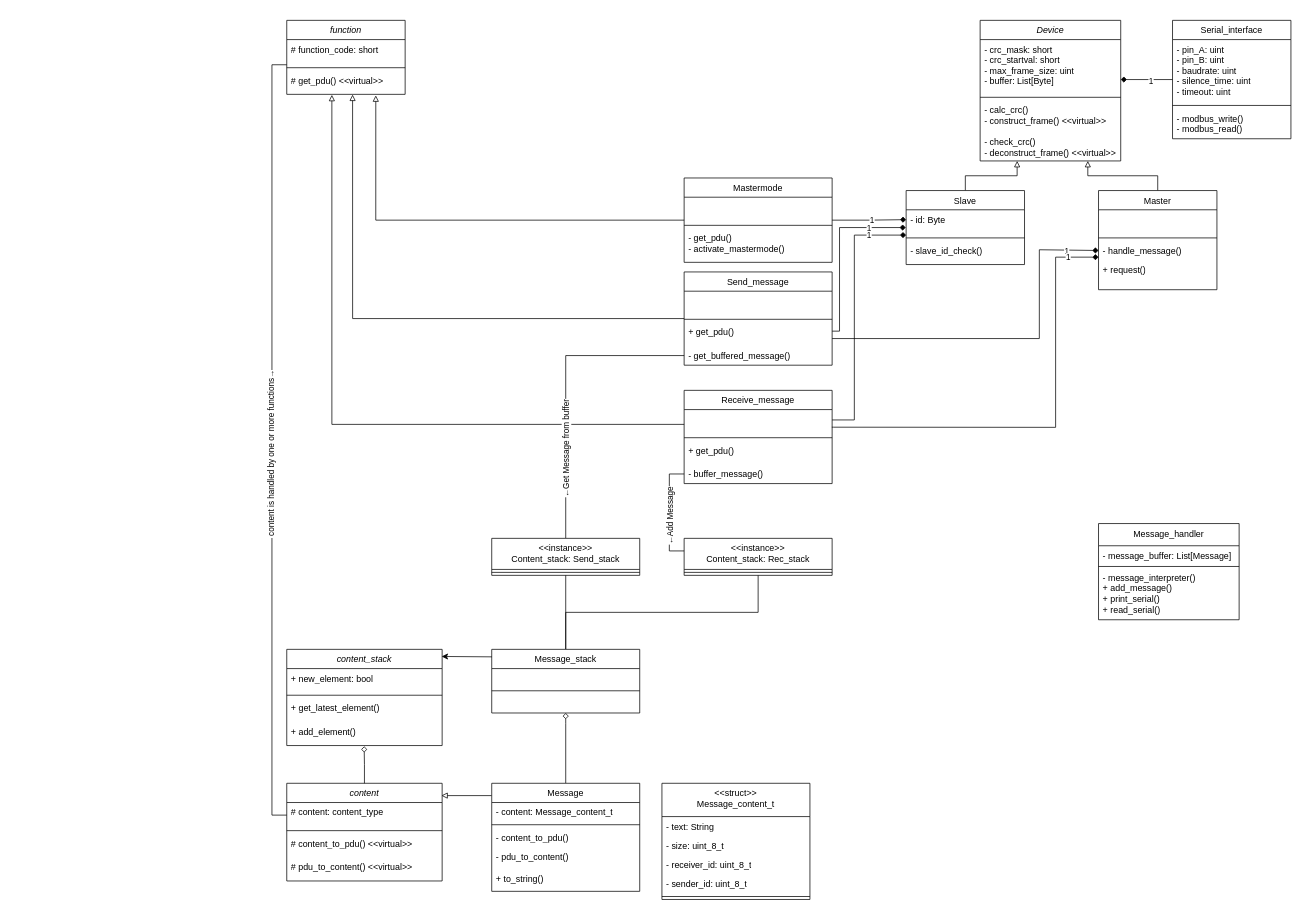
Earlier version of the draw.io diagram modbus_classdiagram.drawio (F-L-X-S/BusBricks). Source tidied: cells renumbered, new cells numbered last; positions are measured from the earlier drawing's top-left corner, leaving out a move shared by most shapes. Both pictures are drawn from the tidied source at 74%, with x=0, y=0 at pixel (272, 20).
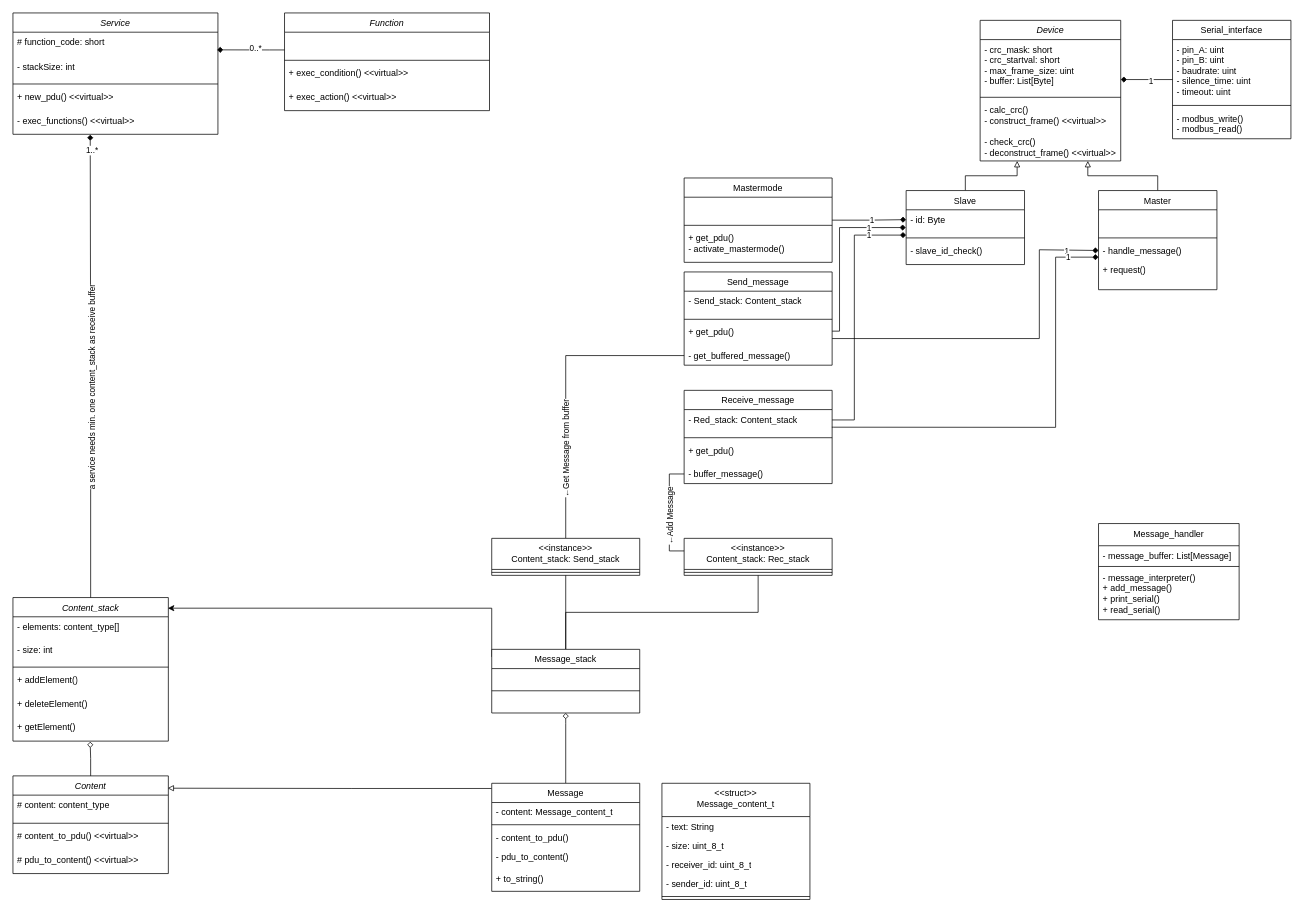
The same page after the edit.

Unchanged cells that the change refers to:
```xml
<mxCell id="32" value="&lt;span style=&quot;font-weight: normal;&quot;&gt;Send_message&lt;/span&gt;" style="swimlane;fontStyle=1;align=center;verticalAlign=top;horizontal=1;startSize=26;whiteSpace=wrap;html=1;" parent="1" vertex="1">
  <mxGeometry x="557" y="340" width="200" height="126" as="geometry" />
</mxCell>
<mxCell id="38" value="&lt;span style=&quot;font-weight: 400;&quot;&gt;Mastermode&lt;/span&gt;" style="swimlane;fontStyle=1;align=center;verticalAlign=top;horizontal=1;startSize=26;whiteSpace=wrap;html=1;" parent="1" vertex="1">
  <mxGeometry x="557" y="213" width="200" height="114" as="geometry" />
</mxCell>
<mxCell id="42" value="&lt;span style=&quot;font-weight: normal;&quot;&gt;Receive_message&lt;/span&gt;" style="swimlane;fontStyle=1;align=center;verticalAlign=top;horizontal=1;startSize=26;whiteSpace=wrap;html=1;" parent="1" vertex="1">
  <mxGeometry x="557" y="500" width="200" height="126" as="geometry" />
</mxCell>
<mxCell id="56" value="&lt;span style=&quot;font-weight: 400;&quot;&gt;Message&lt;/span&gt;" style="swimlane;fontStyle=1;align=center;verticalAlign=top;horizontal=1;startSize=26;whiteSpace=wrap;html=1;" parent="1" vertex="1">
  <mxGeometry x="297" y="1031" width="200" height="146" as="geometry" />
</mxCell>
<mxCell id="69" value="# content: content_type" style="text;strokeColor=none;fillColor=none;align=left;verticalAlign=top;spacingLeft=4;spacingRight=4;overflow=hidden;points=[[0,0.5],[1,0.5]];portConstraint=eastwest;whiteSpace=wrap;html=1;" parent="68" vertex="1">
  <mxGeometry y="26" width="210" height="34" as="geometry" />
</mxCell>
<mxCell id="96" value="&lt;span style=&quot;font-weight: 400;&quot;&gt;Message_stack&lt;/span&gt;" style="swimlane;fontStyle=1;align=center;verticalAlign=top;horizontal=1;startSize=26;whiteSpace=wrap;html=1;" parent="1" vertex="1">
  <mxGeometry x="297" y="850" width="200" height="86" as="geometry" />
</mxCell>
```

The edit, as a diff of the source:
```diff
@@
-    <mxCell id="23" value="&lt;i style=&quot;font-weight: normal;&quot;&gt;function&lt;/i&gt;" style="swimlane;fontStyle=1;align=center;verticalAlign=top;horizontal=1;startSize=26;whiteSpace=wrap;html=1;" parent="1" vertex="1">
-      <mxGeometry x="20" width="160" height="100" as="geometry" />
+    <mxCell id="23" value="&lt;i style=&quot;font-weight: normal;&quot;&gt;Service&lt;/i&gt;" style="swimlane;fontStyle=1;align=center;verticalAlign=top;horizontal=1;startSize=26;whiteSpace=wrap;html=1;" parent="1" vertex="1">
+      <mxGeometry x="-350" y="-10" width="277" height="164" as="geometry" />
     </mxCell>
     <mxCell id="24" value="# function_code: short&amp;nbsp;" style="text;strokeColor=none;fillColor=none;align=left;verticalAlign=top;spacingLeft=4;spacingRight=4;overflow=hidden;points=[[0,0.5],[1,0.5]];portConstraint=eastwest;whiteSpace=wrap;html=1;" parent="23" vertex="1">
-      <mxGeometry y="26" width="160" height="34" as="geometry" />
+      <mxGeometry y="26" width="277" height="34" as="geometry" />
     </mxCell>
+    <mxCell id="100" value="- stackSize: int&amp;nbsp;" style="text;strokeColor=none;fillColor=none;align=left;verticalAlign=top;spacingLeft=4;spacingRight=4;overflow=hidden;whiteSpace=wrap;html=1;" parent="23" vertex="1">
+      <mxGeometry y="60" width="277" height="32" as="geometry" />
+    </mxCell>
     <mxCell id="25" style="line;strokeWidth=1;fillColor=none;align=left;verticalAlign=middle;spacingTop=-1;spacingLeft=3;spacingRight=3;labelPosition=right;strokeColor=inherit;" parent="23" vertex="1">
-      <mxGeometry y="60" width="160" height="8" as="geometry" />
+      <mxGeometry y="92" width="277" height="8" as="geometry" />
     </mxCell>
-    <mxCell id="26" value="# get_pdu() &amp;lt;&amp;lt;virtual&amp;gt;&amp;gt;" style="text;strokeColor=none;fillColor=none;align=left;verticalAlign=top;spacingLeft=4;spacingRight=4;overflow=hidden;points=[[0,0.5],[1,0.5]];portConstraint=eastwest;whiteSpace=wrap;html=1;" parent="23" vertex="1">
-      <mxGeometry y="68" width="160" height="32" as="geometry" />
-    </mxCell>
+    <mxCell id="101" value="+ new_pdu() &amp;lt;&amp;lt;virtual&amp;gt;&amp;gt;" style="text;strokeColor=none;fillColor=none;align=left;verticalAlign=top;spacingLeft=4;spacingRight=4;overflow=hidden;whiteSpace=wrap;html=1;" parent="23" vertex="1">
+      <mxGeometry y="100" width="277" height="32" as="geometry" />
+    </mxCell>
+    <mxCell id="102" value="- exec_functions() &amp;lt;&amp;lt;virtual&amp;gt;&amp;gt;" style="text;strokeColor=none;fillColor=none;align=left;verticalAlign=top;spacingLeft=4;spacingRight=4;overflow=hidden;points=[[0,0.5],[1,0.5]];portConstraint=eastwest;whiteSpace=wrap;html=1;" parent="23" vertex="1">
+      <mxGeometry y="132" width="277" height="32" as="geometry" />
+    </mxCell>
@@
-    <mxCell id="31" style="edgeStyle=orthogonalEdgeStyle;rounded=0;jettySize=auto;html=1;entryX=0.556;entryY=1.01;entryDx=0;entryDy=0;entryPerimeter=0;endArrow=block;endFill=0;" parent="1" edge="1" source="32" target="26">
-      <mxGeometry relative="1" as="geometry">
-        <Array as="points">
-          <mxPoint x="109" y="403" />
-        </Array>
-      </mxGeometry>
-    </mxCell>
@@
-    <mxCell id="33" value="&amp;nbsp;" style="text;strokeColor=none;fillColor=none;align=left;verticalAlign=top;spacingLeft=4;spacingRight=4;overflow=hidden;whiteSpace=wrap;html=1;" parent="32" vertex="1">
+    <mxCell id="33" value="-&amp;nbsp;&lt;span style=&quot;text-align: center;&quot;&gt;Send_stack: Content_stack&lt;/span&gt;" style="text;strokeColor=none;fillColor=none;align=left;verticalAlign=top;spacingLeft=4;spacingRight=4;overflow=hidden;whiteSpace=wrap;html=1;" parent="32" vertex="1">
       <mxGeometry y="26" width="200" height="34" as="geometry" />
     </mxCell>
@@
-    <mxCell id="37" style="edgeStyle=orthogonalEdgeStyle;rounded=0;jettySize=auto;html=1;entryX=0.752;entryY=1.044;entryDx=0;entryDy=0;entryPerimeter=0;endArrow=block;endFill=0;" parent="1" edge="1" source="38" target="26">
-      <mxGeometry relative="1" as="geometry">
-        <Array as="points">
-          <mxPoint x="140" y="270" />
-        </Array>
-      </mxGeometry>
-    </mxCell>
@@
-    <mxCell id="41" value="- get_pdu()&amp;nbsp;&lt;div&gt;- activate_mastermode()&lt;/div&gt;" style="text;strokeColor=none;fillColor=none;align=left;verticalAlign=top;spacingLeft=4;spacingRight=4;overflow=hidden;whiteSpace=wrap;html=1;" parent="38" vertex="1">
+    <mxCell id="41" value="+ get_pdu()&amp;nbsp;&lt;div&gt;- activate_mastermode()&lt;/div&gt;" style="text;strokeColor=none;fillColor=none;align=left;verticalAlign=top;spacingLeft=4;spacingRight=4;overflow=hidden;whiteSpace=wrap;html=1;" parent="38" vertex="1">
       <mxGeometry y="68" width="200" height="46" as="geometry" />
     </mxCell>
@@
-    <mxCell id="43" value="&amp;nbsp;" style="text;strokeColor=none;fillColor=none;align=left;verticalAlign=top;spacingLeft=4;spacingRight=4;overflow=hidden;points=[[0,0.5],[1,0.5]];portConstraint=eastwest;whiteSpace=wrap;html=1;" parent="42" vertex="1">
+    <mxCell id="43" value="- Red_stack: Content_stack" style="text;strokeColor=none;fillColor=none;align=left;verticalAlign=top;spacingLeft=4;spacingRight=4;overflow=hidden;points=[[0,0.5],[1,0.5]];portConstraint=eastwest;whiteSpace=wrap;html=1;" parent="42" vertex="1">
       <mxGeometry y="26" width="200" height="34" as="geometry" />
     </mxCell>
@@
-    <mxCell id="47" style="edgeStyle=orthogonalEdgeStyle;rounded=0;jettySize=auto;html=1;entryX=0.381;entryY=1.021;entryDx=0;entryDy=0;entryPerimeter=0;endArrow=block;endFill=0;" parent="1" edge="1" source="42" target="26">
-      <mxGeometry relative="1" as="geometry">
-        <Array as="points">
-          <mxPoint x="81" y="546" />
-        </Array>
-      </mxGeometry>
-    </mxCell>
@@
     <mxCell id="54" style="edgeStyle=orthogonalEdgeStyle;rounded=0;jettySize=auto;html=1;entryX=0.995;entryY=0.126;entryDx=0;entryDy=0;entryPerimeter=0;endArrow=block;endFill=0;" parent="1" edge="1" source="56" target="68">
       <mxGeometry relative="1" as="geometry">
         <Array as="points">
-          <mxPoint x="477" y="1048" />
-          <mxPoint x="477" y="1048" />
+          <mxPoint x="107" y="1038" />
+          <mxPoint x="107" y="1038" />
         </Array>
       </mxGeometry>
     </mxCell>
@@
-    <mxCell id="66" style="edgeStyle=orthogonalEdgeStyle;rounded=0;jettySize=auto;html=1;endArrow=none;endFill=0;exitX=0;exitY=0.5;exitDx=0;exitDy=0;" parent="1" edge="1" source="69">
-      <mxGeometry relative="1" as="geometry">
-        <mxPoint x="20" y="60" as="targetPoint" />
-        <Array as="points">
-          <mxPoint y="1074" />
-          <mxPoint y="60" />
-        </Array>
-      </mxGeometry>
-    </mxCell>
-    <mxCell id="67" value="&amp;nbsp;content is handled by one or more functions→" style="edgeLabel;html=1;align=center;verticalAlign=middle;rotation=-90;" parent="66" vertex="1">
-      <mxGeometry x="-0.04" y="2" relative="1" as="geometry" />
-    </mxCell>
-    <mxCell id="68" value="&lt;i style=&quot;font-weight: normal;&quot;&gt;content&lt;/i&gt;" style="swimlane;fontStyle=1;align=center;verticalAlign=top;horizontal=1;startSize=26;whiteSpace=wrap;html=1;" parent="1" vertex="1">
-      <mxGeometry x="20" y="1031" width="210" height="132" as="geometry" />
+    <mxCell id="68" value="&lt;i style=&quot;font-weight: normal;&quot;&gt;Content&lt;/i&gt;" style="swimlane;fontStyle=1;align=center;verticalAlign=top;horizontal=1;startSize=26;whiteSpace=wrap;html=1;" parent="1" vertex="1">
+      <mxGeometry x="-350" y="1021" width="210" height="132" as="geometry" />
     </mxCell>
@@
-    <mxCell id="87" value="&lt;i style=&quot;font-weight: normal;&quot;&gt;content_stack&lt;/i&gt;" style="swimlane;fontStyle=1;align=center;verticalAlign=top;horizontal=1;startSize=26;whiteSpace=wrap;html=1;" parent="1" vertex="1">
-      <mxGeometry x="20" y="850" width="210" height="130" as="geometry" />
+    <mxCell id="87" value="&lt;i style=&quot;font-weight: normal;&quot;&gt;Content_stack&lt;/i&gt;" style="swimlane;fontStyle=1;align=center;verticalAlign=top;horizontal=1;startSize=26;whiteSpace=wrap;html=1;" parent="1" vertex="1">
+      <mxGeometry x="-350" y="780" width="210" height="194" as="geometry" />
     </mxCell>
-    <mxCell id="88" value="+ new_element: bool" style="text;strokeColor=none;fillColor=none;align=left;verticalAlign=top;spacingLeft=4;spacingRight=4;overflow=hidden;whiteSpace=wrap;html=1;" parent="87" vertex="1">
+    <mxCell id="88" value="- elements: content_type[]" style="text;strokeColor=none;fillColor=none;align=left;verticalAlign=top;spacingLeft=4;spacingRight=4;overflow=hidden;whiteSpace=wrap;html=1;" parent="87" vertex="1">
       <mxGeometry y="26" width="210" height="32" as="geometry" />
     </mxCell>
+    <mxCell id="103" value="- size: int" style="text;strokeColor=none;fillColor=none;align=left;verticalAlign=top;spacingLeft=4;spacingRight=4;overflow=hidden;whiteSpace=wrap;html=1;" parent="87" vertex="1">
+      <mxGeometry y="58" width="210" height="32" as="geometry" />
+    </mxCell>
     <mxCell id="89" style="line;strokeWidth=1;fillColor=none;align=left;verticalAlign=middle;spacingTop=-1;spacingLeft=3;spacingRight=3;labelPosition=right;strokeColor=inherit;" parent="87" vertex="1">
-      <mxGeometry y="58" width="210" height="8" as="geometry" />
+      <mxGeometry y="90" width="210" height="8" as="geometry" />
     </mxCell>
-    <mxCell id="90" value="+ get_latest_element()" style="text;strokeColor=none;fillColor=none;align=left;verticalAlign=top;spacingLeft=4;spacingRight=4;overflow=hidden;whiteSpace=wrap;html=1;" parent="87" vertex="1">
-      <mxGeometry y="66" width="210" height="32" as="geometry" />
+    <mxCell id="90" value="+ addElement()" style="text;strokeColor=none;fillColor=none;align=left;verticalAlign=top;spacingLeft=4;spacingRight=4;overflow=hidden;whiteSpace=wrap;html=1;" parent="87" vertex="1">
+      <mxGeometry y="98" width="210" height="32" as="geometry" />
     </mxCell>
-    <mxCell id="91" value="+ add_element()" style="text;strokeColor=none;fillColor=none;align=left;verticalAlign=top;spacingLeft=4;spacingRight=4;overflow=hidden;points=[[0,0.5],[1,0.5]];portConstraint=eastwest;whiteSpace=wrap;html=1;" parent="87" vertex="1">
-      <mxGeometry y="98" width="210" height="32" as="geometry" />
+    <mxCell id="91" value="+ deleteElement()" style="text;strokeColor=none;fillColor=none;align=left;verticalAlign=top;spacingLeft=4;spacingRight=4;overflow=hidden;points=[[0,0.5],[1,0.5]];portConstraint=eastwest;whiteSpace=wrap;html=1;" parent="87" vertex="1">
+      <mxGeometry y="130" width="210" height="32" as="geometry" />
     </mxCell>
+    <mxCell id="104" value="+ getElement()" style="text;strokeColor=none;fillColor=none;align=left;verticalAlign=top;spacingLeft=4;spacingRight=4;overflow=hidden;points=[[0,0.5],[1,0.5]];portConstraint=eastwest;whiteSpace=wrap;html=1;" parent="87" vertex="1">
+      <mxGeometry y="162" width="210" height="32" as="geometry" />
+    </mxCell>
-    <mxCell id="92" style="edgeStyle=orthogonalEdgeStyle;rounded=0;jettySize=auto;html=1;entryX=0.498;entryY=1.031;entryDx=0;entryDy=0;entryPerimeter=0;endArrow=diamond;endFill=0;" parent="1" edge="1" source="68" target="91">
+    <mxCell id="92" style="edgeStyle=orthogonalEdgeStyle;rounded=0;jettySize=auto;html=1;endArrow=diamond;endFill=0;entryX=0.497;entryY=1.025;entryDx=0;entryDy=0;entryPerimeter=0;" parent="1" edge="1" source="68" target="104">
       <mxGeometry relative="1" as="geometry" />
     </mxCell>
     <mxCell id="93" style="edgeStyle=orthogonalEdgeStyle;rounded=0;jettySize=auto;html=1;entryX=0.997;entryY=0.074;entryDx=0;entryDy=0;entryPerimeter=0;exitX=0;exitY=0.119;exitDx=0;exitDy=0;exitPerimeter=0;" parent="1" edge="1" source="96" target="87">
       <mxGeometry relative="1" as="geometry">
         <Array as="points">
-          <mxPoint x="306" y="860" />
+          <mxPoint x="297" y="794" />
         </Array>
       </mxGeometry>
     </mxCell>
@@
+    <mxCell id="105" style="edgeStyle=orthogonalEdgeStyle;rounded=0;jettySize=auto;html=1;endArrow=diamond;endFill=1;entryX=0.377;entryY=1.014;entryDx=0;entryDy=0;entryPerimeter=0;" parent="1" edge="1" source="87" target="102">
+      <mxGeometry relative="1" as="geometry" />
+    </mxCell>
+    <mxCell id="106" value="1..*" style="edgeLabel;html=1;align=center;verticalAlign=middle;" parent="105" vertex="1">
+      <mxGeometry x="0.06" y="-4" relative="1" as="geometry">
+        <mxPoint x="-2" y="-273" as="offset" />
+      </mxGeometry>
+    </mxCell>
+    <mxCell id="107" value="a service needs min. one content_stack as receive buffer" style="edgeLabel;html=1;align=center;verticalAlign=middle;rotation=-90;" parent="105" vertex="1">
+      <mxGeometry x="0.45" y="-2" relative="1" as="geometry">
+        <mxPoint y="170" as="offset" />
+      </mxGeometry>
+    </mxCell>
+    <mxCell id="108" style="edgeStyle=orthogonalEdgeStyle;rounded=0;jettySize=auto;html=1;entryX=0.996;entryY=0.702;entryDx=0;entryDy=0;entryPerimeter=0;endArrow=diamond;endFill=1;" parent="1" edge="1" source="110" target="24">
+      <mxGeometry relative="1" as="geometry">
+        <Array as="points">
+          <mxPoint x="-3" y="40" />
+          <mxPoint x="-3" y="40" />
+        </Array>
+      </mxGeometry>
+    </mxCell>
+    <mxCell id="109" value="0..*" style="edgeLabel;html=1;align=center;verticalAlign=middle;" parent="108" vertex="1">
+      <mxGeometry x="-0.09" y="-2" relative="1" as="geometry">
+        <mxPoint x="1" as="offset" />
+      </mxGeometry>
+    </mxCell>
+    <mxCell id="110" value="&lt;i style=&quot;font-weight: normal;&quot;&gt;Function&lt;/i&gt;" style="swimlane;fontStyle=1;align=center;verticalAlign=top;horizontal=1;startSize=26;whiteSpace=wrap;html=1;" parent="1" vertex="1">
+      <mxGeometry x="17" y="-10" width="277" height="132" as="geometry" />
+    </mxCell>
+    <mxCell id="111" value="&amp;nbsp;" style="text;strokeColor=none;fillColor=none;align=left;verticalAlign=top;spacingLeft=4;spacingRight=4;overflow=hidden;whiteSpace=wrap;html=1;" parent="110" vertex="1">
+      <mxGeometry y="26" width="277" height="34" as="geometry" />
+    </mxCell>
+    <mxCell id="112" style="line;strokeWidth=1;fillColor=none;align=left;verticalAlign=middle;spacingTop=-1;spacingLeft=3;spacingRight=3;labelPosition=right;strokeColor=inherit;" parent="110" vertex="1">
+      <mxGeometry y="60" width="277" height="8" as="geometry" />
+    </mxCell>
+    <mxCell id="113" value="+ exec_condition() &amp;lt;&amp;lt;virtual&amp;gt;&amp;gt;" style="text;strokeColor=none;fillColor=none;align=left;verticalAlign=top;spacingLeft=4;spacingRight=4;overflow=hidden;whiteSpace=wrap;html=1;" parent="110" vertex="1">
+      <mxGeometry y="68" width="277" height="32" as="geometry" />
+    </mxCell>
+    <mxCell id="114" value="+ exec_action() &amp;lt;&amp;lt;virtual&amp;gt;&amp;gt;" style="text;strokeColor=none;fillColor=none;align=left;verticalAlign=top;spacingLeft=4;spacingRight=4;overflow=hidden;whiteSpace=wrap;html=1;" parent="110" vertex="1">
+      <mxGeometry y="100" width="277" height="32" as="geometry" />
+    </mxCell>
```
